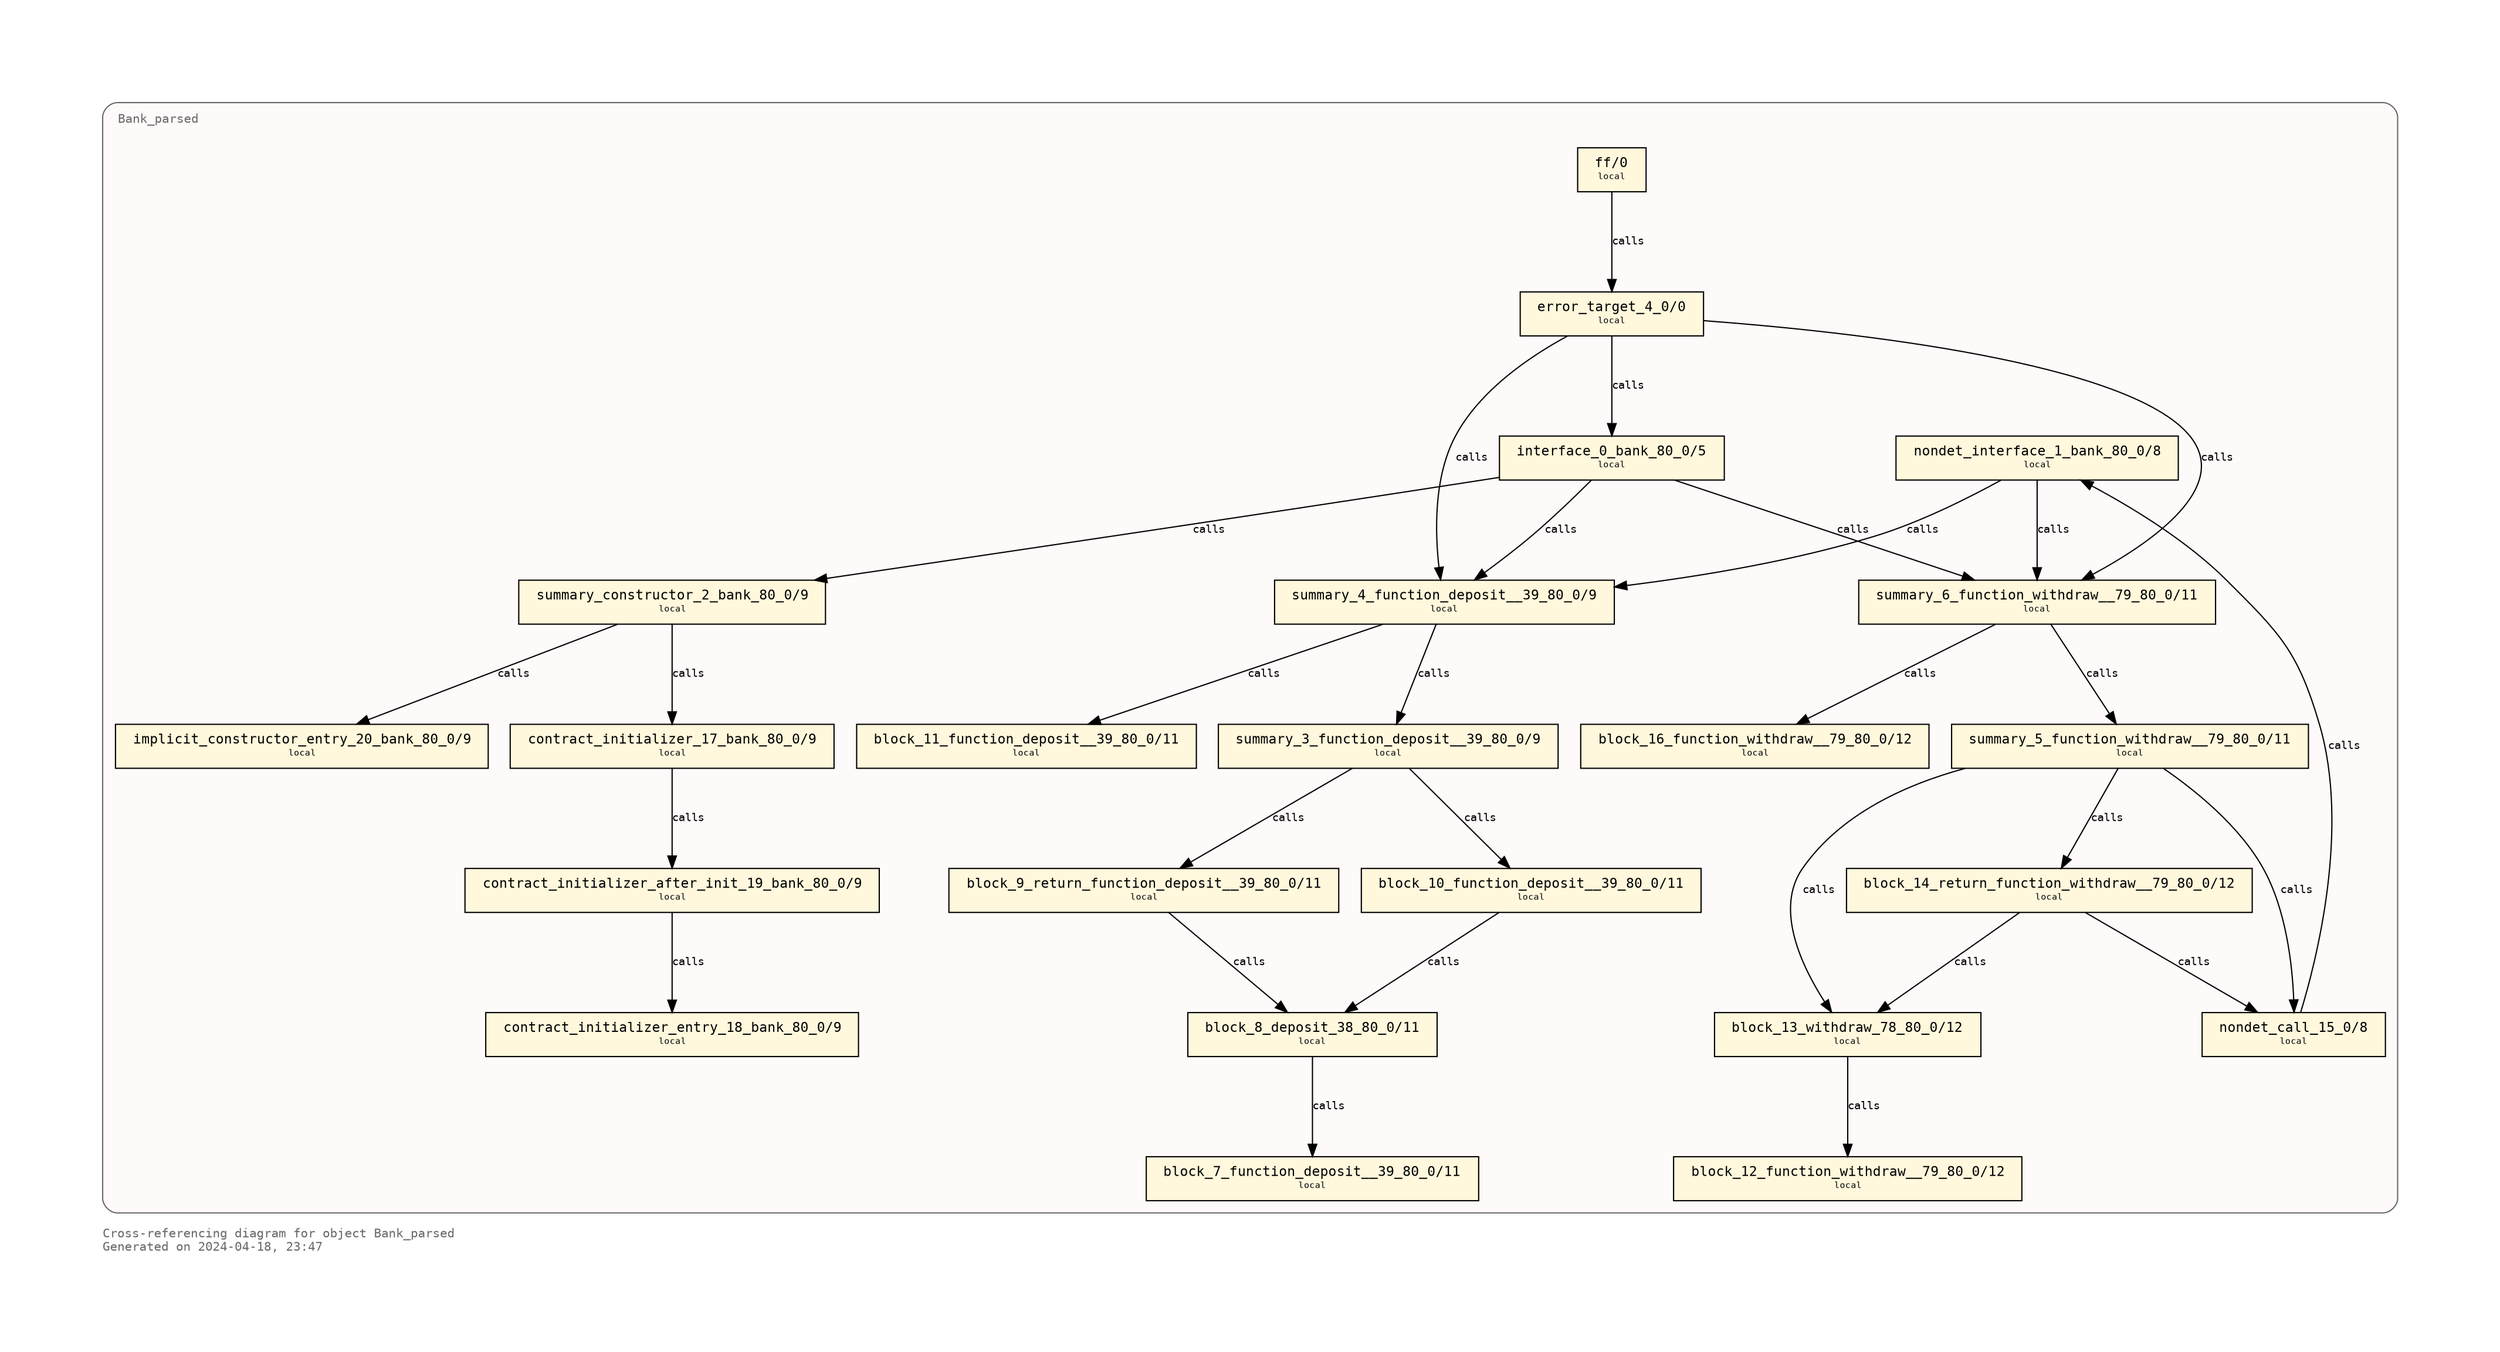
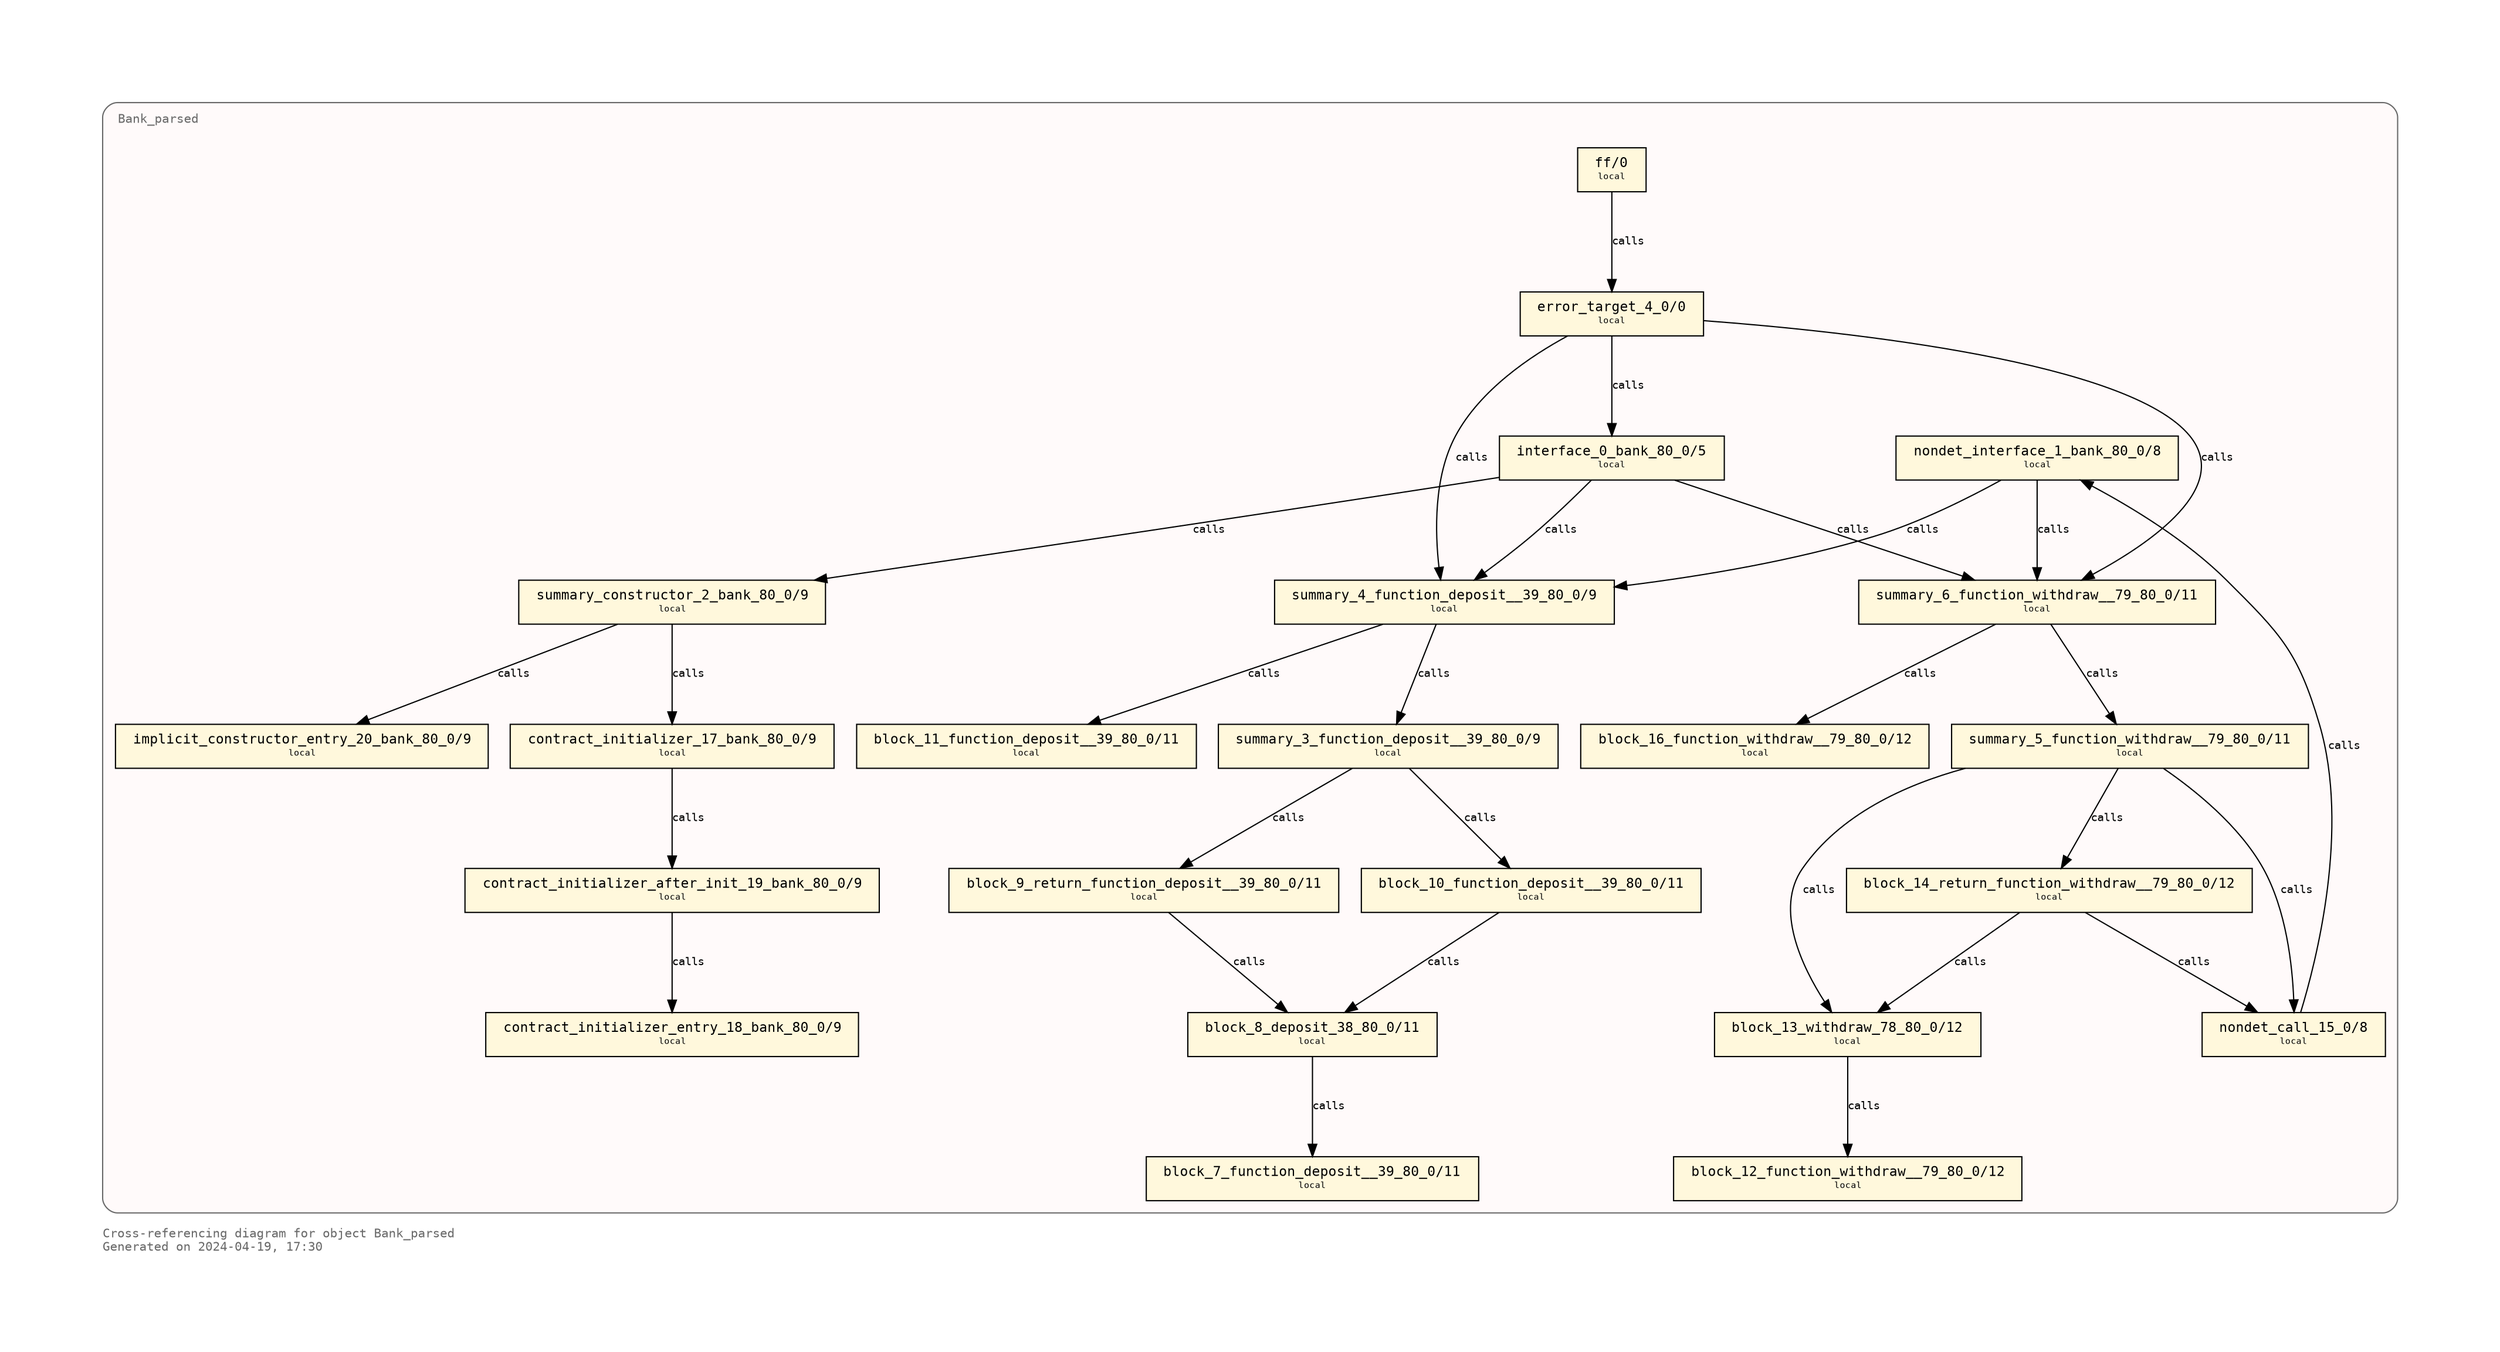
digraph "Bank_parsed_object" {
rankdir="TB"
ranksep="1.0"
compound="true"
splines="true"
clusterrank="local"
labeljust="l"
margin="1.0"
fontname="Monospace"
fontsize="10"
fontcolor="dimgray"
pencolor="dimgray"
stylesheet="diagrams.css"
node [shape="ellipse",style="filled",fillcolor="white",fontname="Monospace",fontsize="9"]
edge [fontname="Monospace",fontsize="9"]
- label="Cross-referencing diagram for object Bank_parsed\lGenerated on 2024-04-18, 23:47\l"
+ label="Cross-referencing diagram for object Bank_parsed\lGenerated on 2024-04-19, 17:30\l"

subgraph "cluster_Bank_parsed_object" {
bgcolor="snow"
style="rounded"
margin="10"
label=<<TABLE border="0" cellborder="0"><TR><TD tooltip="GITHUB/SmartContractToGraph/Bank_parsed.pl">Bank_parsed</TD></TR></TABLE>>
tooltip="GITHUB/SmartContractToGraph/Bank_parsed.pl"
"nondet_interface_1_bank_80_0/8" [shape="box",tooltip="GITHUB/SmartContractToGraph/Bank_parsed.pl",style="filled",fillcolor="cornsilk",label=<<TABLE border="0" cellborder="0" cellspacing="0" cellpadding="0"><TR><TD> </TD><TD><FONT POINT-SIZE="11">nondet_interface_1_bank_80_0/8</FONT></TD><TD> </TD></TR><TR><TD> </TD><TD><FONT POINT-SIZE="7">local</FONT></TD><TD> </TD></TR></TABLE>>]
"block_7_function_deposit__39_80_0/11" [shape="box",tooltip="GITHUB/SmartContractToGraph/Bank_parsed.pl",style="filled",fillcolor="cornsilk",label=<<TABLE border="0" cellborder="0" cellspacing="0" cellpadding="0"><TR><TD> </TD><TD><FONT POINT-SIZE="11">block_7_function_deposit__39_80_0/11</FONT></TD><TD> </TD></TR><TR><TD> </TD><TD><FONT POINT-SIZE="7">local</FONT></TD><TD> </TD></TR></TABLE>>]
"block_8_deposit_38_80_0/11" [shape="box",tooltip="GITHUB/SmartContractToGraph/Bank_parsed.pl",style="filled",fillcolor="cornsilk",label=<<TABLE border="0" cellborder="0" cellspacing="0" cellpadding="0"><TR><TD> </TD><TD><FONT POINT-SIZE="11">block_8_deposit_38_80_0/11</FONT></TD><TD> </TD></TR><TR><TD> </TD><TD><FONT POINT-SIZE="7">local</FONT></TD><TD> </TD></TR></TABLE>>]
"block_10_function_deposit__39_80_0/11" [shape="box",tooltip="GITHUB/SmartContractToGraph/Bank_parsed.pl",style="filled",fillcolor="cornsilk",label=<<TABLE border="0" cellborder="0" cellspacing="0" cellpadding="0"><TR><TD> </TD><TD><FONT POINT-SIZE="11">block_10_function_deposit__39_80_0/11</FONT></TD><TD> </TD></TR><TR><TD> </TD><TD><FONT POINT-SIZE="7">local</FONT></TD><TD> </TD></TR></TABLE>>]
"summary_3_function_deposit__39_80_0/9" [shape="box",tooltip="GITHUB/SmartContractToGraph/Bank_parsed.pl",style="filled",fillcolor="cornsilk",label=<<TABLE border="0" cellborder="0" cellspacing="0" cellpadding="0"><TR><TD> </TD><TD><FONT POINT-SIZE="11">summary_3_function_deposit__39_80_0/9</FONT></TD><TD> </TD></TR><TR><TD> </TD><TD><FONT POINT-SIZE="7">local</FONT></TD><TD> </TD></TR></TABLE>>]
"block_9_return_function_deposit__39_80_0/11" [shape="box",tooltip="GITHUB/SmartContractToGraph/Bank_parsed.pl",style="filled",fillcolor="cornsilk",label=<<TABLE border="0" cellborder="0" cellspacing="0" cellpadding="0"><TR><TD> </TD><TD><FONT POINT-SIZE="11">block_9_return_function_deposit__39_80_0/11</FONT></TD><TD> </TD></TR><TR><TD> </TD><TD><FONT POINT-SIZE="7">local</FONT></TD><TD> </TD></TR></TABLE>>]
"block_11_function_deposit__39_80_0/11" [shape="box",tooltip="GITHUB/SmartContractToGraph/Bank_parsed.pl",style="filled",fillcolor="cornsilk",label=<<TABLE border="0" cellborder="0" cellspacing="0" cellpadding="0"><TR><TD> </TD><TD><FONT POINT-SIZE="11">block_11_function_deposit__39_80_0/11</FONT></TD><TD> </TD></TR><TR><TD> </TD><TD><FONT POINT-SIZE="7">local</FONT></TD><TD> </TD></TR></TABLE>>]
"summary_4_function_deposit__39_80_0/9" [shape="box",tooltip="GITHUB/SmartContractToGraph/Bank_parsed.pl",style="filled",fillcolor="cornsilk",label=<<TABLE border="0" cellborder="0" cellspacing="0" cellpadding="0"><TR><TD> </TD><TD><FONT POINT-SIZE="11">summary_4_function_deposit__39_80_0/9</FONT></TD><TD> </TD></TR><TR><TD> </TD><TD><FONT POINT-SIZE="7">local</FONT></TD><TD> </TD></TR></TABLE>>]
"interface_0_bank_80_0/5" [shape="box",tooltip="GITHUB/SmartContractToGraph/Bank_parsed.pl",style="filled",fillcolor="cornsilk",label=<<TABLE border="0" cellborder="0" cellspacing="0" cellpadding="0"><TR><TD> </TD><TD><FONT POINT-SIZE="11">interface_0_bank_80_0/5</FONT></TD><TD> </TD></TR><TR><TD> </TD><TD><FONT POINT-SIZE="7">local</FONT></TD><TD> </TD></TR></TABLE>>]
"block_12_function_withdraw__79_80_0/12" [shape="box",tooltip="GITHUB/SmartContractToGraph/Bank_parsed.pl",style="filled",fillcolor="cornsilk",label=<<TABLE border="0" cellborder="0" cellspacing="0" cellpadding="0"><TR><TD> </TD><TD><FONT POINT-SIZE="11">block_12_function_withdraw__79_80_0/12</FONT></TD><TD> </TD></TR><TR><TD> </TD><TD><FONT POINT-SIZE="7">local</FONT></TD><TD> </TD></TR></TABLE>>]
"block_13_withdraw_78_80_0/12" [shape="box",tooltip="GITHUB/SmartContractToGraph/Bank_parsed.pl",style="filled",fillcolor="cornsilk",label=<<TABLE border="0" cellborder="0" cellspacing="0" cellpadding="0"><TR><TD> </TD><TD><FONT POINT-SIZE="11">block_13_withdraw_78_80_0/12</FONT></TD><TD> </TD></TR><TR><TD> </TD><TD><FONT POINT-SIZE="7">local</FONT></TD><TD> </TD></TR></TABLE>>]
"nondet_call_15_0/8" [shape="box",tooltip="GITHUB/SmartContractToGraph/Bank_parsed.pl",style="filled",fillcolor="cornsilk",label=<<TABLE border="0" cellborder="0" cellspacing="0" cellpadding="0"><TR><TD> </TD><TD><FONT POINT-SIZE="11">nondet_call_15_0/8</FONT></TD><TD> </TD></TR><TR><TD> </TD><TD><FONT POINT-SIZE="7">local</FONT></TD><TD> </TD></TR></TABLE>>]
"summary_5_function_withdraw__79_80_0/11" [shape="box",tooltip="GITHUB/SmartContractToGraph/Bank_parsed.pl",style="filled",fillcolor="cornsilk",label=<<TABLE border="0" cellborder="0" cellspacing="0" cellpadding="0"><TR><TD> </TD><TD><FONT POINT-SIZE="11">summary_5_function_withdraw__79_80_0/11</FONT></TD><TD> </TD></TR><TR><TD> </TD><TD><FONT POINT-SIZE="7">local</FONT></TD><TD> </TD></TR></TABLE>>]
"block_14_return_function_withdraw__79_80_0/12" [shape="box",tooltip="GITHUB/SmartContractToGraph/Bank_parsed.pl",style="filled",fillcolor="cornsilk",label=<<TABLE border="0" cellborder="0" cellspacing="0" cellpadding="0"><TR><TD> </TD><TD><FONT POINT-SIZE="11">block_14_return_function_withdraw__79_80_0/12</FONT></TD><TD> </TD></TR><TR><TD> </TD><TD><FONT POINT-SIZE="7">local</FONT></TD><TD> </TD></TR></TABLE>>]
"block_16_function_withdraw__79_80_0/12" [shape="box",tooltip="GITHUB/SmartContractToGraph/Bank_parsed.pl",style="filled",fillcolor="cornsilk",label=<<TABLE border="0" cellborder="0" cellspacing="0" cellpadding="0"><TR><TD> </TD><TD><FONT POINT-SIZE="11">block_16_function_withdraw__79_80_0/12</FONT></TD><TD> </TD></TR><TR><TD> </TD><TD><FONT POINT-SIZE="7">local</FONT></TD><TD> </TD></TR></TABLE>>]
"summary_6_function_withdraw__79_80_0/11" [shape="box",tooltip="GITHUB/SmartContractToGraph/Bank_parsed.pl",style="filled",fillcolor="cornsilk",label=<<TABLE border="0" cellborder="0" cellspacing="0" cellpadding="0"><TR><TD> </TD><TD><FONT POINT-SIZE="11">summary_6_function_withdraw__79_80_0/11</FONT></TD><TD> </TD></TR><TR><TD> </TD><TD><FONT POINT-SIZE="7">local</FONT></TD><TD> </TD></TR></TABLE>>]
"contract_initializer_entry_18_bank_80_0/9" [shape="box",tooltip="GITHUB/SmartContractToGraph/Bank_parsed.pl",style="filled",fillcolor="cornsilk",label=<<TABLE border="0" cellborder="0" cellspacing="0" cellpadding="0"><TR><TD> </TD><TD><FONT POINT-SIZE="11">contract_initializer_entry_18_bank_80_0/9</FONT></TD><TD> </TD></TR><TR><TD> </TD><TD><FONT POINT-SIZE="7">local</FONT></TD><TD> </TD></TR></TABLE>>]
"contract_initializer_after_init_19_bank_80_0/9" [shape="box",tooltip="GITHUB/SmartContractToGraph/Bank_parsed.pl",style="filled",fillcolor="cornsilk",label=<<TABLE border="0" cellborder="0" cellspacing="0" cellpadding="0"><TR><TD> </TD><TD><FONT POINT-SIZE="11">contract_initializer_after_init_19_bank_80_0/9</FONT></TD><TD> </TD></TR><TR><TD> </TD><TD><FONT POINT-SIZE="7">local</FONT></TD><TD> </TD></TR></TABLE>>]
"contract_initializer_17_bank_80_0/9" [shape="box",tooltip="GITHUB/SmartContractToGraph/Bank_parsed.pl",style="filled",fillcolor="cornsilk",label=<<TABLE border="0" cellborder="0" cellspacing="0" cellpadding="0"><TR><TD> </TD><TD><FONT POINT-SIZE="11">contract_initializer_17_bank_80_0/9</FONT></TD><TD> </TD></TR><TR><TD> </TD><TD><FONT POINT-SIZE="7">local</FONT></TD><TD> </TD></TR></TABLE>>]
"implicit_constructor_entry_20_bank_80_0/9" [shape="box",tooltip="GITHUB/SmartContractToGraph/Bank_parsed.pl",style="filled",fillcolor="cornsilk",label=<<TABLE border="0" cellborder="0" cellspacing="0" cellpadding="0"><TR><TD> </TD><TD><FONT POINT-SIZE="11">implicit_constructor_entry_20_bank_80_0/9</FONT></TD><TD> </TD></TR><TR><TD> </TD><TD><FONT POINT-SIZE="7">local</FONT></TD><TD> </TD></TR></TABLE>>]
"summary_constructor_2_bank_80_0/9" [shape="box",tooltip="GITHUB/SmartContractToGraph/Bank_parsed.pl",style="filled",fillcolor="cornsilk",label=<<TABLE border="0" cellborder="0" cellspacing="0" cellpadding="0"><TR><TD> </TD><TD><FONT POINT-SIZE="11">summary_constructor_2_bank_80_0/9</FONT></TD><TD> </TD></TR><TR><TD> </TD><TD><FONT POINT-SIZE="7">local</FONT></TD><TD> </TD></TR></TABLE>>]
"error_target_4_0/0" [shape="box",tooltip="GITHUB/SmartContractToGraph/Bank_parsed.pl",style="filled",fillcolor="cornsilk",label=<<TABLE border="0" cellborder="0" cellspacing="0" cellpadding="0"><TR><TD> </TD><TD><FONT POINT-SIZE="11">error_target_4_0/0</FONT></TD><TD> </TD></TR><TR><TD> </TD><TD><FONT POINT-SIZE="7">local</FONT></TD><TD> </TD></TR></TABLE>>]
"ff/0" [shape="box",tooltip="GITHUB/SmartContractToGraph/Bank_parsed.pl",style="filled",fillcolor="cornsilk",label=<<TABLE border="0" cellborder="0" cellspacing="0" cellpadding="0"><TR><TD> </TD><TD><FONT POINT-SIZE="11">ff/0</FONT></TD><TD> </TD></TR><TR><TD> </TD><TD><FONT POINT-SIZE="7">local</FONT></TD><TD> </TD></TR></TABLE>>]
"nondet_interface_1_bank_80_0/8" -> "summary_4_function_deposit__39_80_0/9" [arrowhead="normal",labeltooltip="calls",label=<calls>]
"nondet_interface_1_bank_80_0/8" -> "summary_6_function_withdraw__79_80_0/11" [arrowhead="normal",labeltooltip="calls",label=<calls>]
"block_8_deposit_38_80_0/11" -> "block_7_function_deposit__39_80_0/11" [arrowhead="normal",labeltooltip="calls",label=<calls>]
"block_10_function_deposit__39_80_0/11" -> "block_8_deposit_38_80_0/11" [arrowhead="normal",labeltooltip="calls",label=<calls>]
"summary_3_function_deposit__39_80_0/9" -> "block_10_function_deposit__39_80_0/11" [arrowhead="normal",labeltooltip="calls",label=<calls>]
"block_9_return_function_deposit__39_80_0/11" -> "block_8_deposit_38_80_0/11" [arrowhead="normal",labeltooltip="calls",label=<calls>]
"summary_3_function_deposit__39_80_0/9" -> "block_9_return_function_deposit__39_80_0/11" [arrowhead="normal",labeltooltip="calls",label=<calls>]
"summary_4_function_deposit__39_80_0/9" -> "block_11_function_deposit__39_80_0/11" [arrowhead="normal",labeltooltip="calls",label=<calls>]
"summary_4_function_deposit__39_80_0/9" -> "summary_3_function_deposit__39_80_0/9" [arrowhead="normal",labeltooltip="calls",label=<calls>]
"interface_0_bank_80_0/5" -> "summary_4_function_deposit__39_80_0/9" [arrowhead="normal",labeltooltip="calls",label=<calls>]
"block_13_withdraw_78_80_0/12" -> "block_12_function_withdraw__79_80_0/12" [arrowhead="normal",labeltooltip="calls",label=<calls>]
"nondet_call_15_0/8" -> "nondet_interface_1_bank_80_0/8" [arrowhead="normal",labeltooltip="calls",label=<calls>]
"summary_5_function_withdraw__79_80_0/11" -> "block_13_withdraw_78_80_0/12" [arrowhead="normal",labeltooltip="calls",label=<calls>]
"summary_5_function_withdraw__79_80_0/11" -> "nondet_call_15_0/8" [arrowhead="normal",labeltooltip="calls",label=<calls>]
"block_14_return_function_withdraw__79_80_0/12" -> "block_13_withdraw_78_80_0/12" [arrowhead="normal",labeltooltip="calls",label=<calls>]
"block_14_return_function_withdraw__79_80_0/12" -> "nondet_call_15_0/8" [arrowhead="normal",labeltooltip="calls",label=<calls>]
"summary_5_function_withdraw__79_80_0/11" -> "block_14_return_function_withdraw__79_80_0/12" [arrowhead="normal",labeltooltip="calls",label=<calls>]
"summary_6_function_withdraw__79_80_0/11" -> "block_16_function_withdraw__79_80_0/12" [arrowhead="normal",labeltooltip="calls",label=<calls>]
"summary_6_function_withdraw__79_80_0/11" -> "summary_5_function_withdraw__79_80_0/11" [arrowhead="normal",labeltooltip="calls",label=<calls>]
"interface_0_bank_80_0/5" -> "summary_6_function_withdraw__79_80_0/11" [arrowhead="normal",labeltooltip="calls",label=<calls>]
"contract_initializer_after_init_19_bank_80_0/9" -> "contract_initializer_entry_18_bank_80_0/9" [arrowhead="normal",labeltooltip="calls",label=<calls>]
"contract_initializer_17_bank_80_0/9" -> "contract_initializer_after_init_19_bank_80_0/9" [arrowhead="normal",labeltooltip="calls",label=<calls>]
"summary_constructor_2_bank_80_0/9" -> "implicit_constructor_entry_20_bank_80_0/9" [arrowhead="normal",labeltooltip="calls",label=<calls>]
"summary_constructor_2_bank_80_0/9" -> "contract_initializer_17_bank_80_0/9" [arrowhead="normal",labeltooltip="calls",label=<calls>]
"interface_0_bank_80_0/5" -> "summary_constructor_2_bank_80_0/9" [arrowhead="normal",labeltooltip="calls",label=<calls>]
"error_target_4_0/0" -> "summary_4_function_deposit__39_80_0/9" [arrowhead="normal",labeltooltip="calls",label=<calls>]
"error_target_4_0/0" -> "interface_0_bank_80_0/5" [arrowhead="normal",labeltooltip="calls",label=<calls>]
"error_target_4_0/0" -> "summary_6_function_withdraw__79_80_0/11" [arrowhead="normal",labeltooltip="calls",label=<calls>]
"ff/0" -> "error_target_4_0/0" [arrowhead="normal",labeltooltip="calls",label=<calls>]
}

}
